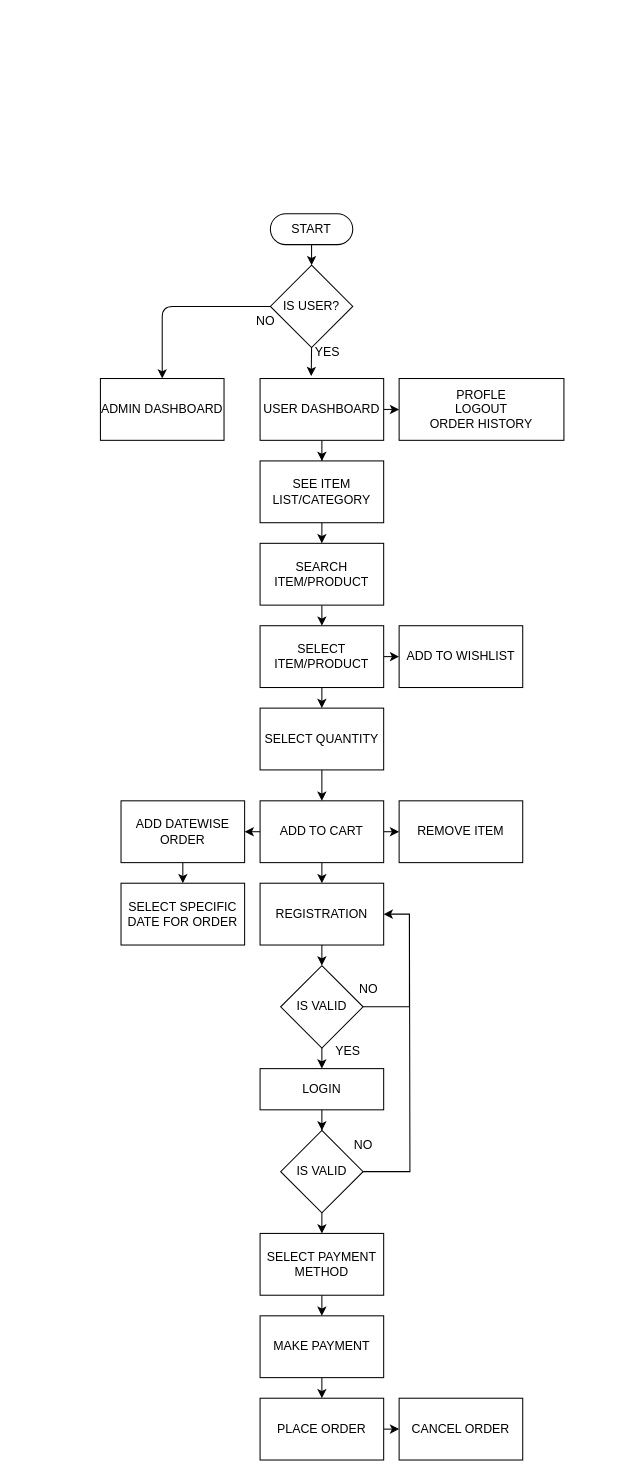
Above: page "Page-1" (1 of 2) of gifthamper.drawio in sonukshatriya/flowchart (draw.io), before the change. Source tidied: cells renumbered, new cells numbered last; positions are measured from the earlier drawing's top-left corner, leaving out a move shared by most shapes. Both pictures are drawn from the tidied source at 103%, with x=0, y=0 at pixel (100, 213).
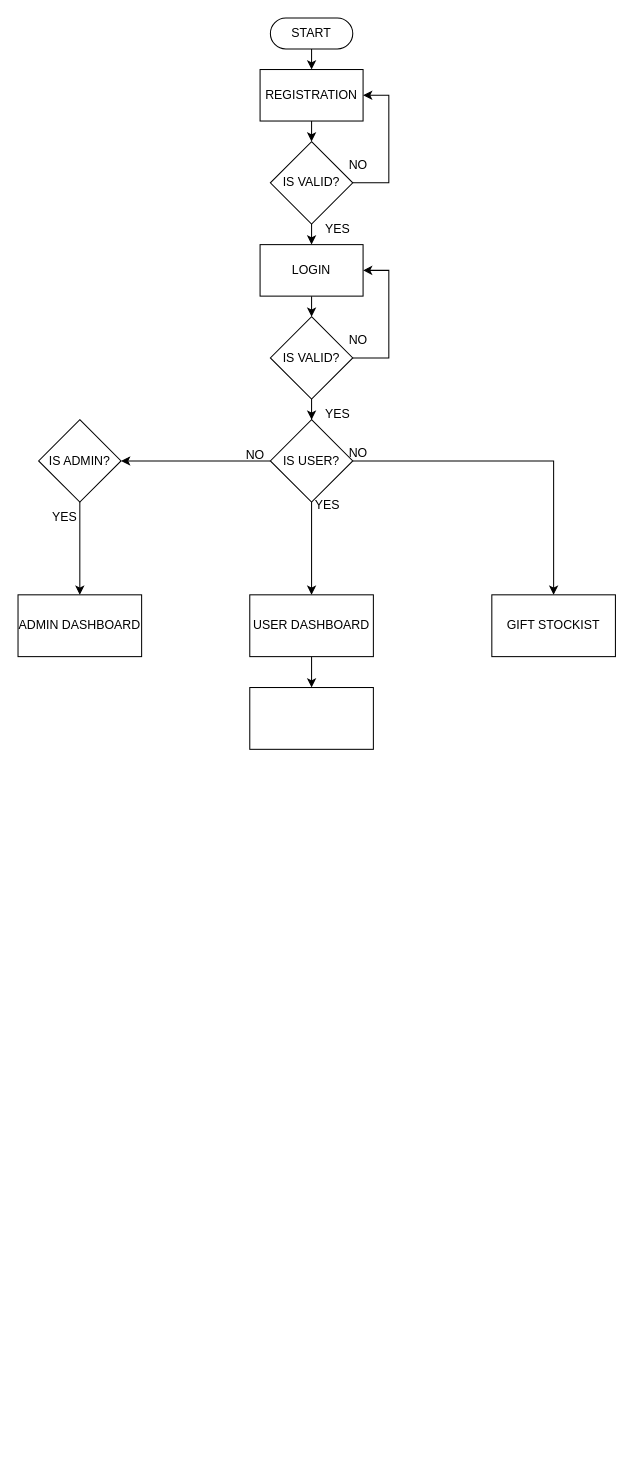
After the change.

Change to the diagram source:
```diff
@@
-    <mxCell id="2" style="edgeStyle=orthogonalEdgeStyle;rounded=0;jettySize=auto;html=1;exitX=0.5;exitY=0.5;exitDx=0;exitDy=15;exitPerimeter=0;entryX=0.5;entryY=0.5;entryDx=0;entryDy=-15;entryPerimeter=0;" parent="1" edge="1" source="3">
-      <mxGeometry relative="1" as="geometry">
-        <mxPoint x="205" y="50" as="targetPoint" />
-      </mxGeometry>
-    </mxCell>
+    <mxCell id="52" style="edgeStyle=orthogonalEdgeStyle;rounded=0;jettySize=auto;html=1;exitX=0.5;exitY=0.5;exitDx=0;exitDy=15;exitPerimeter=0;entryX=0.5;entryY=0;entryDx=0;entryDy=0;" parent="1" edge="1" source="3" target="31">
+      <mxGeometry relative="1" as="geometry" />
+    </mxCell>
     <mxCell id="3" value="START" style="html=1;dashed=0;whiteSpace=wrap;shape=mxgraph.dfd.start;" parent="1" vertex="1">
-      <mxGeometry x="165" width="80" height="30" as="geometry" />
+      <mxGeometry x="165" y="-190" width="80" height="30" as="geometry" />
     </mxCell>
-    <mxCell id="4" style="edgeStyle=orthogonalEdgeStyle;rounded=0;jettySize=auto;html=1;exitX=0.5;exitY=1;exitDx=0;exitDy=0;" parent="1" edge="1" source="6" target="8">
-      <mxGeometry relative="1" as="geometry" />
-    </mxCell>
-    <mxCell id="5" style="edgeStyle=orthogonalEdgeStyle;rounded=0;jettySize=auto;html=1;exitX=1;exitY=0.5;exitDx=0;exitDy=0;entryX=0;entryY=0.5;entryDx=0;entryDy=0;" parent="1" edge="1" source="6" target="29">
-      <mxGeometry relative="1" as="geometry" />
-    </mxCell>
+    <mxCell id="53" style="edgeStyle=orthogonalEdgeStyle;rounded=0;jettySize=auto;html=1;exitX=0.5;exitY=1;exitDx=0;exitDy=0;entryX=0.5;entryY=0;entryDx=0;entryDy=0;" parent="1" edge="1" source="31" target="56">
+      <mxGeometry relative="1" as="geometry" />
+    </mxCell>
+    <mxCell id="31" value="REGISTRATION" style="html=1;dashed=0;whiteSpace=wrap;" parent="1" vertex="1">
+      <mxGeometry x="155" y="-140" width="100" height="50" as="geometry" />
+    </mxCell>
+    <mxCell id="54" style="edgeStyle=orthogonalEdgeStyle;rounded=0;jettySize=auto;html=1;exitX=1;exitY=0.5;exitDx=0;exitDy=0;entryX=1;entryY=0.5;entryDx=0;entryDy=0;" parent="1" edge="1" source="56" target="31">
+      <mxGeometry relative="1" as="geometry">
+        <Array as="points">
+          <mxPoint x="280" y="-30" />
+          <mxPoint x="280" y="-115" />
+        </Array>
+      </mxGeometry>
+    </mxCell>
+    <mxCell id="55" style="edgeStyle=orthogonalEdgeStyle;rounded=0;jettySize=auto;html=1;exitX=0.5;exitY=1;exitDx=0;exitDy=0;entryX=0.5;entryY=0;entryDx=0;entryDy=0;" parent="1" edge="1" source="56" target="36">
+      <mxGeometry relative="1" as="geometry" />
+    </mxCell>
+    <mxCell id="56" value="IS VALID?" style="rhombus;whiteSpace=wrap;html=1;" parent="1" vertex="1">
+      <mxGeometry x="165" y="-70" width="80" height="80" as="geometry" />
+    </mxCell>
+    <mxCell id="57" value="NO" style="text;html=1;align=center;verticalAlign=middle;strokeColor=none;fillColor=none;" parent="1" vertex="1">
+      <mxGeometry x="230" y="-62" width="40" height="30" as="geometry" />
+    </mxCell>
+    <mxCell id="58" value="YES" style="text;html=1;align=center;verticalAlign=middle;strokeColor=none;fillColor=none;" parent="1" vertex="1">
+      <mxGeometry x="205" width="50" height="30" as="geometry" />
+    </mxCell>
+    <mxCell id="59" style="edgeStyle=orthogonalEdgeStyle;rounded=0;jettySize=auto;html=1;exitX=0.5;exitY=1;exitDx=0;exitDy=0;entryX=0.5;entryY=0;entryDx=0;entryDy=0;" parent="1" edge="1" source="36" target="62">
+      <mxGeometry relative="1" as="geometry" />
+    </mxCell>
+    <mxCell id="36" value="LOGIN" style="html=1;dashed=0;whiteSpace=wrap;" parent="1" vertex="1">
+      <mxGeometry x="155" y="30" width="100" height="50" as="geometry" />
+    </mxCell>
+    <mxCell id="60" style="edgeStyle=orthogonalEdgeStyle;rounded=0;jettySize=auto;html=1;exitX=1;exitY=0.5;exitDx=0;exitDy=0;entryX=1;entryY=0.5;entryDx=0;entryDy=0;" parent="1" edge="1" source="62" target="36">
+      <mxGeometry relative="1" as="geometry">
+        <Array as="points">
+          <mxPoint x="280" y="140" />
+          <mxPoint x="280" y="55" />
+        </Array>
+      </mxGeometry>
+    </mxCell>
+    <mxCell id="61" style="edgeStyle=orthogonalEdgeStyle;rounded=0;jettySize=auto;html=1;exitX=0.5;exitY=1;exitDx=0;exitDy=0;" parent="1" edge="1" source="62" target="48">
+      <mxGeometry relative="1" as="geometry" />
+    </mxCell>
+    <mxCell id="62" value="IS VALID?" style="rhombus;whiteSpace=wrap;html=1;" parent="1" vertex="1">
+      <mxGeometry x="165" y="100" width="80" height="80" as="geometry" />
+    </mxCell>
+    <mxCell id="63" style="edgeStyle=orthogonalEdgeStyle;rounded=0;jettySize=auto;html=1;exitX=0;exitY=0.5;exitDx=0;exitDy=0;entryX=1;entryY=0.5;entryDx=0;entryDy=0;" parent="1" edge="1" source="48" target="66">
+      <mxGeometry relative="1" as="geometry" />
+    </mxCell>
+    <mxCell id="64" style="edgeStyle=orthogonalEdgeStyle;rounded=0;jettySize=auto;html=1;" parent="1" edge="1" source="48" target="71">
+      <mxGeometry relative="1" as="geometry" />
+    </mxCell>
+    <mxCell id="46" style="edgeStyle=orthogonalEdgeStyle;rounded=0;jettySize=auto;html=1;" parent="1" edge="1" source="48" target="6">
+      <mxGeometry relative="1" as="geometry" />
+    </mxCell>
+    <mxCell id="48" value="IS USER?" style="rhombus;whiteSpace=wrap;html=1;" parent="1" vertex="1">
+      <mxGeometry x="165" y="200" width="80" height="80" as="geometry" />
+    </mxCell>
+    <mxCell id="65" style="edgeStyle=orthogonalEdgeStyle;rounded=0;jettySize=auto;html=1;" parent="1" edge="1" source="66" target="51">
+      <mxGeometry relative="1" as="geometry" />
+    </mxCell>
+    <mxCell id="66" value="IS ADMIN?" style="rhombus;whiteSpace=wrap;html=1;" parent="1" vertex="1">
+      <mxGeometry x="-60" y="200" width="80" height="80" as="geometry" />
+    </mxCell>
+    <mxCell id="67" value="NO" style="text;html=1;align=center;verticalAlign=middle;strokeColor=none;fillColor=none;" parent="1" vertex="1">
+      <mxGeometry x="230" y="108" width="40" height="30" as="geometry" />
+    </mxCell>
+    <mxCell id="68" value="YES" style="text;html=1;align=center;verticalAlign=middle;strokeColor=none;fillColor=none;" parent="1" vertex="1">
+      <mxGeometry x="205" y="180" width="50" height="30" as="geometry" />
+    </mxCell>
+    <mxCell id="69" value="NO" style="text;html=1;align=center;verticalAlign=middle;strokeColor=none;fillColor=none;" parent="1" vertex="1">
+      <mxGeometry x="130" y="220" width="40" height="30" as="geometry" />
+    </mxCell>
+    <mxCell id="51" value="ADMIN DASHBOARD" style="whiteSpace=wrap;html=1;" parent="1" vertex="1">
+      <mxGeometry x="-80" y="370" width="120" height="60" as="geometry" />
+    </mxCell>
+    <mxCell id="70" value="YES" style="text;html=1;align=center;verticalAlign=middle;strokeColor=none;fillColor=none;" parent="1" vertex="1">
+      <mxGeometry x="-60" y="280" width="50" height="30" as="geometry" />
+    </mxCell>
+    <mxCell id="71" value="GIFT STOCKIST" style="whiteSpace=wrap;html=1;" parent="1" vertex="1">
+      <mxGeometry x="380" y="370" width="120" height="60" as="geometry" />
+    </mxCell>
+    <mxCell id="72" style="edgeStyle=orthogonalEdgeStyle;rounded=0;jettySize=auto;html=1;" parent="1" edge="1" source="6" target="75">
+      <mxGeometry relative="1" as="geometry" />
+    </mxCell>
-    <mxCell id="6" value="USER DASHBOARD" style="rounded=0;whiteSpace=wrap;html=1;" parent="1" vertex="1">
-      <mxGeometry x="155" y="160" width="120" height="60" as="geometry" />
+    <mxCell id="6" value="USER DASHBOARD" style="whiteSpace=wrap;html=1;" parent="1" vertex="1">
+      <mxGeometry x="145" y="370" width="120" height="60" as="geometry" />
     </mxCell>
-    <mxCell id="7" style="edgeStyle=orthogonalEdgeStyle;rounded=0;jettySize=auto;html=1;exitX=0.5;exitY=1;exitDx=0;exitDy=0;entryX=0.5;entryY=0;entryDx=0;entryDy=0;" parent="1" edge="1" source="8" target="10">
-      <mxGeometry relative="1" as="geometry" />
-    </mxCell>
-    <mxCell id="8" value="SEE ITEM LIST/CATEGORY" style="rounded=0;whiteSpace=wrap;html=1;" parent="1" vertex="1">
-      <mxGeometry x="155" y="240" width="120" height="60" as="geometry" />
-    </mxCell>
-    <mxCell id="9" style="edgeStyle=orthogonalEdgeStyle;rounded=0;jettySize=auto;html=1;exitX=0.5;exitY=1;exitDx=0;exitDy=0;entryX=0.5;entryY=0;entryDx=0;entryDy=0;" parent="1" edge="1" source="10" target="13">
-      <mxGeometry relative="1" as="geometry" />
-    </mxCell>
-    <mxCell id="10" value="SEARCH ITEM/PRODUCT" style="rounded=0;whiteSpace=wrap;html=1;" parent="1" vertex="1">
-      <mxGeometry x="155" y="320" width="120" height="60" as="geometry" />
-    </mxCell>
-    <mxCell id="11" style="edgeStyle=orthogonalEdgeStyle;rounded=0;jettySize=auto;html=1;exitX=0.5;exitY=1;exitDx=0;exitDy=0;entryX=0.5;entryY=0;entryDx=0;entryDy=0;" parent="1" edge="1" source="13" target="20">
-      <mxGeometry relative="1" as="geometry" />
-    </mxCell>
-    <mxCell id="12" style="edgeStyle=orthogonalEdgeStyle;rounded=0;jettySize=auto;html=1;exitX=1;exitY=0.5;exitDx=0;exitDy=0;entryX=0;entryY=0.5;entryDx=0;entryDy=0;" parent="1" edge="1" source="13" target="25">
-      <mxGeometry relative="1" as="geometry" />
-    </mxCell>
-    <mxCell id="13" value="SELECT ITEM/PRODUCT" style="rounded=0;whiteSpace=wrap;html=1;" parent="1" vertex="1">
-      <mxGeometry x="155" y="400" width="120" height="60" as="geometry" />
-    </mxCell>
-    <mxCell id="14" style="edgeStyle=orthogonalEdgeStyle;rounded=0;jettySize=auto;html=1;exitX=0;exitY=0.5;exitDx=0;exitDy=0;entryX=1;entryY=0.5;entryDx=0;entryDy=0;" parent="1" edge="1" source="17" target="18">
-      <mxGeometry relative="1" as="geometry" />
-    </mxCell>
-    <mxCell id="15" style="edgeStyle=orthogonalEdgeStyle;rounded=0;jettySize=auto;html=1;exitX=0.5;exitY=0;exitDx=0;exitDy=0;entryX=0.5;entryY=1;entryDx=0;entryDy=0;" parent="1" edge="1" source="17" target="31">
-      <mxGeometry relative="1" as="geometry" />
-    </mxCell>
-    <mxCell id="16" style="edgeStyle=none;html=1;exitX=1;exitY=0.5;exitDx=0;exitDy=0;entryX=0;entryY=0.5;entryDx=0;entryDy=0;" parent="1" edge="1" source="17" target="44">
-      <mxGeometry relative="1" as="geometry" />
-    </mxCell>
-    <mxCell id="17" value="ADD TO CART" style="rounded=0;whiteSpace=wrap;html=1;direction=west;" parent="1" vertex="1">
-      <mxGeometry x="155" y="570" width="120" height="60" as="geometry" />
-    </mxCell>
-    <mxCell id="18" value="REMOVE ITEM" style="rounded=0;whiteSpace=wrap;html=1;direction=west;" parent="1" vertex="1">
-      <mxGeometry x="290" y="570" width="120" height="60" as="geometry" />
-    </mxCell>
-    <mxCell id="19" style="edgeStyle=orthogonalEdgeStyle;rounded=0;jettySize=auto;html=1;exitX=0.5;exitY=1;exitDx=0;exitDy=0;entryX=0.5;entryY=1;entryDx=0;entryDy=0;" parent="1" edge="1" source="20" target="17">
-      <mxGeometry relative="1" as="geometry" />
-    </mxCell>
-    <mxCell id="20" value="SELECT QUANTITY" style="rounded=0;whiteSpace=wrap;html=1;" parent="1" vertex="1">
-      <mxGeometry x="155" y="480" width="120" height="60" as="geometry" />
-    </mxCell>
-    <mxCell id="21" style="edgeStyle=orthogonalEdgeStyle;rounded=0;jettySize=auto;html=1;exitX=0.5;exitY=0;exitDx=0;exitDy=0;entryX=0.5;entryY=1;entryDx=0;entryDy=0;" parent="1" edge="1" source="22" target="24">
-      <mxGeometry relative="1" as="geometry" />
-    </mxCell>
-    <mxCell id="22" value="SELECT PAYMENT METHOD" style="rounded=0;whiteSpace=wrap;html=1;direction=west;" parent="1" vertex="1">
-      <mxGeometry x="155" y="990" width="120" height="60" as="geometry" />
-    </mxCell>
-    <mxCell id="23" style="edgeStyle=orthogonalEdgeStyle;rounded=0;jettySize=auto;html=1;exitX=0.5;exitY=0;exitDx=0;exitDy=0;entryX=0.5;entryY=1;entryDx=0;entryDy=0;" parent="1" edge="1" source="24" target="27">
-      <mxGeometry relative="1" as="geometry" />
-    </mxCell>
-    <mxCell id="24" value="MAKE PAYMENT" style="rounded=0;whiteSpace=wrap;html=1;direction=west;" parent="1" vertex="1">
-      <mxGeometry x="155" y="1070" width="120" height="60" as="geometry" />
-    </mxCell>
-    <mxCell id="25" value="ADD TO WISHLIST" style="rounded=0;whiteSpace=wrap;html=1;" parent="1" vertex="1">
-      <mxGeometry x="290" y="400" width="120" height="60" as="geometry" />
-    </mxCell>
-    <mxCell id="26" style="edgeStyle=orthogonalEdgeStyle;rounded=0;jettySize=auto;html=1;exitX=0;exitY=0.5;exitDx=0;exitDy=0;entryX=1;entryY=0.5;entryDx=0;entryDy=0;" parent="1" edge="1" source="27">
-      <mxGeometry relative="1" as="geometry">
-        <mxPoint x="290" y="1180" as="targetPoint" />
-      </mxGeometry>
-    </mxCell>
-    <mxCell id="27" value="PLACE ORDER" style="rounded=0;whiteSpace=wrap;html=1;direction=west;" parent="1" vertex="1">
-      <mxGeometry x="155" y="1150" width="120" height="60" as="geometry" />
-    </mxCell>
-    <mxCell id="28" value="CANCEL ORDER" style="rounded=0;whiteSpace=wrap;html=1;direction=west;" parent="1" vertex="1">
-      <mxGeometry x="290" y="1150" width="120" height="60" as="geometry" />
-    </mxCell>
-    <mxCell id="29" value="PROFLE&lt;br&gt;LOGOUT&lt;br&gt;ORDER HISTORY" style="rounded=0;whiteSpace=wrap;html=1;" parent="1" vertex="1">
-      <mxGeometry x="290" y="160" width="160" height="60" as="geometry" />
-    </mxCell>
-    <mxCell id="30" style="edgeStyle=orthogonalEdgeStyle;rounded=0;jettySize=auto;html=1;exitX=0.5;exitY=0;exitDx=0;exitDy=0;entryX=0.5;entryY=0;entryDx=0;entryDy=0;" parent="1" edge="1" source="31" target="34">
-      <mxGeometry relative="1" as="geometry" />
-    </mxCell>
-    <mxCell id="31" value="REGISTRATION" style="rounded=0;whiteSpace=wrap;html=1;direction=west;" parent="1" vertex="1">
-      <mxGeometry x="155" y="650" width="120" height="60" as="geometry" />
-    </mxCell>
-    <mxCell id="32" style="edgeStyle=orthogonalEdgeStyle;rounded=0;jettySize=auto;html=1;exitX=0.5;exitY=1;exitDx=0;exitDy=0;entryX=0.5;entryY=1;entryDx=0;entryDy=0;" parent="1" edge="1" source="34" target="36">
-      <mxGeometry relative="1" as="geometry" />
-    </mxCell>
-    <mxCell id="33" style="edgeStyle=orthogonalEdgeStyle;rounded=0;jettySize=auto;html=1;exitX=1;exitY=0.5;exitDx=0;exitDy=0;entryX=0;entryY=0.5;entryDx=0;entryDy=0;" parent="1" edge="1" source="34" target="31">
-      <mxGeometry relative="1" as="geometry">
-        <Array as="points">
-          <mxPoint x="300" y="770" />
-          <mxPoint x="300" y="680" />
-        </Array>
-      </mxGeometry>
-    </mxCell>
-    <mxCell id="34" value="IS VALID" style="rhombus;whiteSpace=wrap;html=1;" parent="1" vertex="1">
-      <mxGeometry x="175" y="730" width="80" height="80" as="geometry" />
-    </mxCell>
-    <mxCell id="35" style="edgeStyle=orthogonalEdgeStyle;rounded=0;jettySize=auto;html=1;" parent="1" edge="1" source="36" target="41">
-      <mxGeometry relative="1" as="geometry" />
-    </mxCell>
-    <mxCell id="36" value="LOGIN" style="rounded=0;whiteSpace=wrap;html=1;direction=west;" parent="1" vertex="1">
-      <mxGeometry x="155" y="830" width="120" height="40" as="geometry" />
-    </mxCell>
-    <mxCell id="37" value="NO" style="text;html=1;align=center;verticalAlign=middle;strokeColor=none;fillColor=none;" parent="1" vertex="1">
-      <mxGeometry x="240" y="738" width="40" height="30" as="geometry" />
-    </mxCell>
-    <mxCell id="38" value="YES" style="text;html=1;align=center;verticalAlign=middle;strokeColor=none;fillColor=none;" parent="1" vertex="1">
-      <mxGeometry x="215" y="798" width="50" height="30" as="geometry" />
-    </mxCell>
-    <mxCell id="39" style="edgeStyle=orthogonalEdgeStyle;rounded=0;jettySize=auto;html=1;exitX=1;exitY=0.5;exitDx=0;exitDy=0;endArrow=none;endFill=0;" parent="1" edge="1" source="41">
-      <mxGeometry relative="1" as="geometry">
-        <mxPoint x="300" y="680" as="targetPoint" />
-      </mxGeometry>
-    </mxCell>
-    <mxCell id="40" style="edgeStyle=none;html=1;exitX=0.5;exitY=1;exitDx=0;exitDy=0;entryX=0.5;entryY=1;entryDx=0;entryDy=0;" parent="1" edge="1" source="41">
-      <mxGeometry relative="1" as="geometry">
-        <mxPoint x="215" y="990" as="targetPoint" />
-      </mxGeometry>
-    </mxCell>
-    <mxCell id="41" value="IS VALID" style="rhombus;whiteSpace=wrap;html=1;" parent="1" vertex="1">
-      <mxGeometry x="175" y="890" width="80" height="80" as="geometry" />
-    </mxCell>
-    <mxCell id="42" value="NO" style="text;html=1;align=center;verticalAlign=middle;strokeColor=none;fillColor=none;" parent="1" vertex="1">
-      <mxGeometry x="235" y="890" width="40" height="30" as="geometry" />
-    </mxCell>
-    <mxCell id="43" style="edgeStyle=none;html=1;exitX=0.5;exitY=0;exitDx=0;exitDy=0;entryX=0.5;entryY=1;entryDx=0;entryDy=0;" parent="1" edge="1" source="44" target="45">
-      <mxGeometry relative="1" as="geometry" />
-    </mxCell>
-    <mxCell id="44" value="ADD DATEWISE ORDER" style="rounded=0;whiteSpace=wrap;html=1;direction=west;" parent="1" vertex="1">
-      <mxGeometry x="20" y="570" width="120" height="60" as="geometry" />
-    </mxCell>
-    <mxCell id="45" value="SELECT SPECIFIC DATE FOR ORDER" style="rounded=0;whiteSpace=wrap;html=1;direction=west;" parent="1" vertex="1">
-      <mxGeometry x="20" y="650" width="120" height="60" as="geometry" />
-    </mxCell>
-    <mxCell id="46" style="edgeStyle=none;html=1;exitX=0.5;exitY=1;exitDx=0;exitDy=0;entryX=0.414;entryY=-0.039;entryDx=0;entryDy=0;entryPerimeter=0;" parent="1" edge="1" source="48" target="6">
-      <mxGeometry relative="1" as="geometry" />
-    </mxCell>
-    <mxCell id="47" style="edgeStyle=none;html=1;exitX=0;exitY=0.5;exitDx=0;exitDy=0;entryX=0.5;entryY=0;entryDx=0;entryDy=0;" parent="1" edge="1" source="48" target="51">
-      <mxGeometry relative="1" as="geometry">
-        <Array as="points">
-          <mxPoint x="60" y="90" />
-        </Array>
-      </mxGeometry>
-    </mxCell>
-    <mxCell id="48" value="IS USER?" style="rhombus;whiteSpace=wrap;html=1;" parent="1" vertex="1">
-      <mxGeometry x="165" y="50" width="80" height="80" as="geometry" />
-    </mxCell>
-    <mxCell id="49" value="YES" style="text;html=1;align=center;verticalAlign=middle;strokeColor=none;fillColor=none;" parent="1" vertex="1">
-      <mxGeometry x="195" y="120" width="50" height="30" as="geometry" />
-    </mxCell>
-    <mxCell id="50" value="NO" style="text;html=1;align=center;verticalAlign=middle;strokeColor=none;fillColor=none;" parent="1" vertex="1">
-      <mxGeometry x="140" y="90" width="40" height="30" as="geometry" />
-    </mxCell>
-    <mxCell id="51" value="ADMIN DASHBOARD" style="rounded=0;whiteSpace=wrap;html=1;" parent="1" vertex="1">
-      <mxGeometry y="160" width="120" height="60" as="geometry" />
-    </mxCell>
+    <mxCell id="73" value="YES" style="text;html=1;align=center;verticalAlign=middle;strokeColor=none;fillColor=none;" parent="1" vertex="1">
+      <mxGeometry x="195" y="268" width="50" height="30" as="geometry" />
+    </mxCell>
+    <mxCell id="74" value="NO" style="text;html=1;align=center;verticalAlign=middle;strokeColor=none;fillColor=none;" parent="1" vertex="1">
+      <mxGeometry x="230" y="218" width="40" height="30" as="geometry" />
+    </mxCell>
+    <mxCell id="75" style="whiteSpace=wrap;html=1;" parent="1" vertex="1">
+      <mxGeometry x="145" y="460" width="120" height="60" as="geometry" />
+    </mxCell>
```
